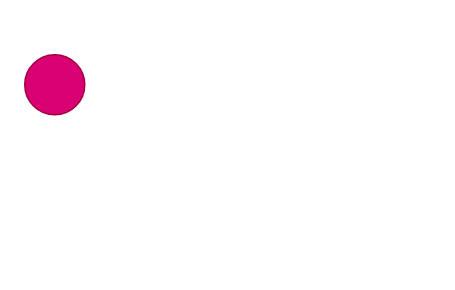
This is set.drawio from taechindanai/SleepClassification, a draw.io file, before an edit. Source tidied: cells renumbered, new cells numbered last; positions are measured from the earlier drawing's top-left corner, leaving out a move shared by most shapes. Both pictures are drawn from the tidied source at 150%, with x=0, y=0 at pixel (24, 54).
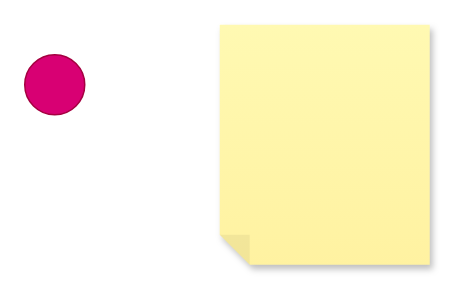
Above is the later version.

The edit, as a diff of the source:
```diff
@@
 <mxGraphModel>
   <root>
     <mxCell id="0" />
     <mxCell id="1" parent="0" />
     <mxCell id="2" style="ellipse;whiteSpace=wrap;html=1;fillColor=#d80073;fontColor=#ffffff;strokeColor=#A50040;" parent="1" vertex="1">
       <mxGeometry width="40" height="40" as="geometry" />
     </mxCell>
+    <mxCell id="3" style="shape=note;whiteSpace=wrap;html=1;backgroundOutline=1;fontColor=#000000;darkOpacity=0.05;fillColor=#FFF9B2;strokeColor=none;fillStyle=solid;direction=west;gradientDirection=north;gradientColor=#FFF2A1;shadow=1;size=20;" parent="1" vertex="1">
+      <mxGeometry x="130" y="-20" width="140" height="160" as="geometry" />
+    </mxCell>
   </root>
 </mxGraphModel>
```
